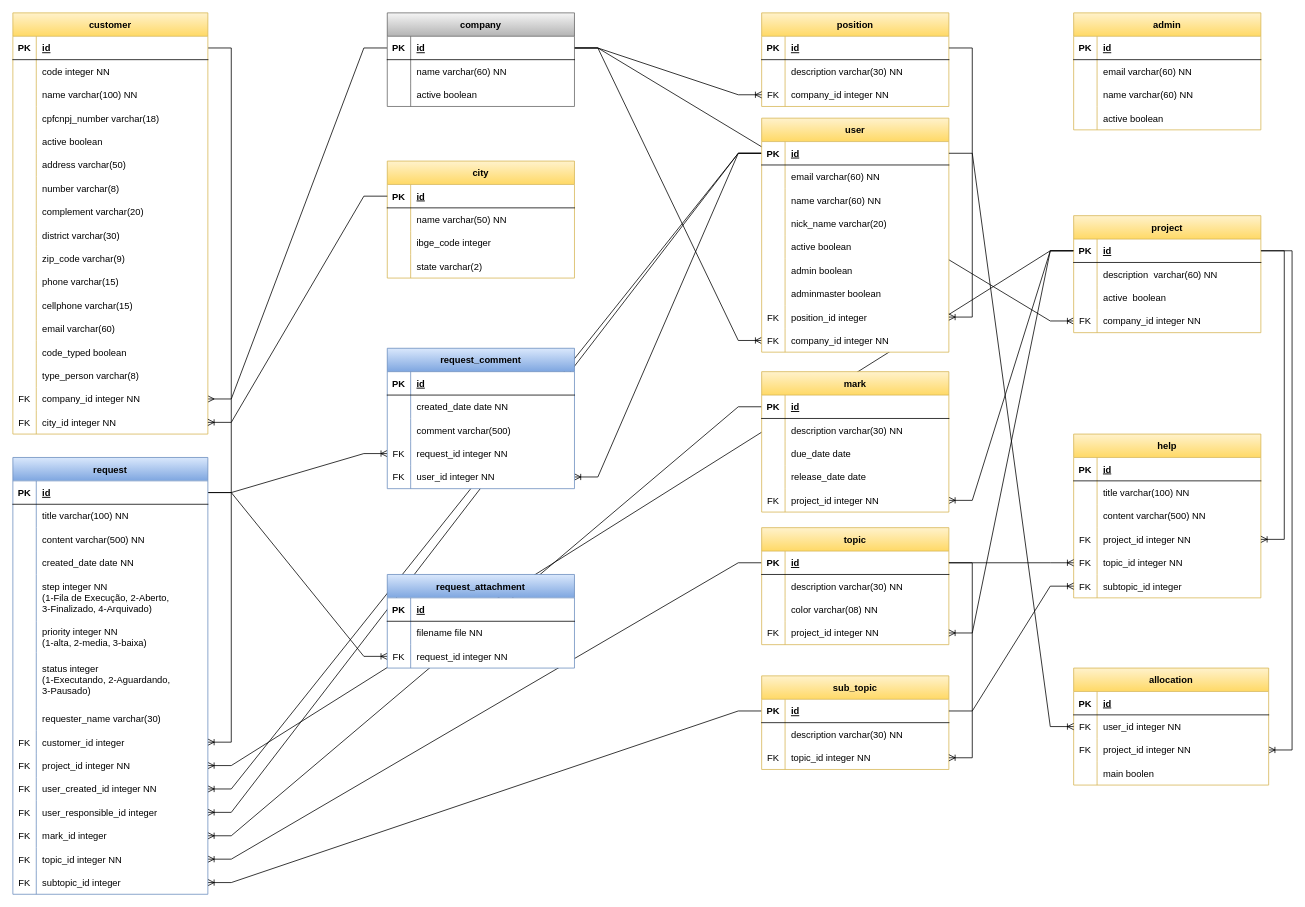
The draw.io diagram lib/docs/Entidades.drawio in edsoncosta-br/sfhelpdesk, before the edit. Source tidied: cells renumbered, new cells numbered last; positions are measured from the earlier drawing's top-left corner, leaving out a move shared by most shapes. Both pictures are drawn from the tidied source at 78%, with x=0, y=0 at pixel (12, 12).
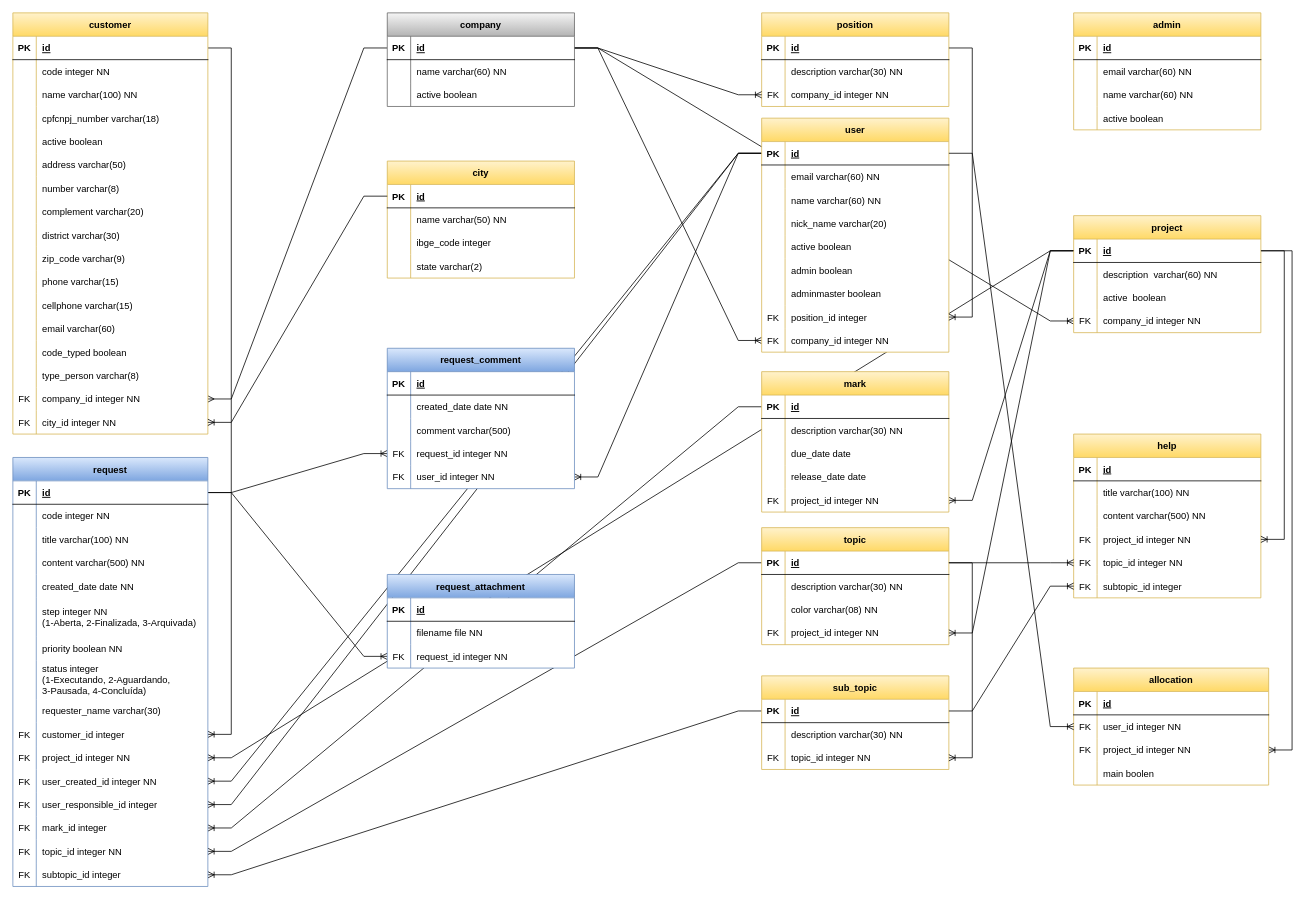
The same diagram, later.

Unchanged cells that the change refers to:
```xml
<mxCell id="143" style="shape=tableRow;horizontal=0;startSize=0;swimlaneHead=0;swimlaneBody=0;fillColor=none;top=0;left=0;right=0;bottom=0;" parent="139" vertex="1">
  <mxGeometry y="60" width="250" height="30" as="geometry" />
</mxCell>
```

The edit, as a diff of the source:
```diff
@@
     <mxCell id="139" value="request" style="shape=table;startSize=30;childLayout=tableLayout;rowLines=0;fontStyle=1;align=center;swimlaneFillColor=#FFFFFF;fillColor=#dae8fc;strokeColor=#6c8ebf;gradientColor=#7ea6e0;" parent="1" vertex="1">
-      <mxGeometry y="570" width="250" height="560" as="geometry" />
+      <mxGeometry y="570" width="250" height="550" as="geometry" />
     </mxCell>
@@
-    <mxCell id="145" value="title varchar(100) NN" style="shape=partialRectangle;fillColor=none;top=0;left=0;bottom=0;right=0;align=left;spacingLeft=6;overflow=hidden;" parent="143" vertex="1">
+    <mxCell id="145" value="code integer NN" style="shape=partialRectangle;fillColor=none;top=0;left=0;bottom=0;right=0;align=left;spacingLeft=6;overflow=hidden;" parent="143" vertex="1">
       <mxGeometry x="30" width="220" height="30" as="geometry" />
     </mxCell>
+    <mxCell id="308" style="shape=tableRow;horizontal=0;startSize=0;swimlaneHead=0;swimlaneBody=0;fillColor=none;top=0;left=0;right=0;bottom=0;" parent="139" vertex="1">
+      <mxGeometry y="90" width="250" height="30" as="geometry" />
+    </mxCell>
+    <mxCell id="309" style="shape=partialRectangle;fillColor=none;top=0;left=0;bottom=0;right=0;overflow=hidden;" parent="308" vertex="1">
+      <mxGeometry width="30" height="30" as="geometry" />
+    </mxCell>
+    <mxCell id="310" value="title varchar(100) NN" style="shape=partialRectangle;fillColor=none;top=0;left=0;bottom=0;right=0;align=left;spacingLeft=6;overflow=hidden;" parent="308" vertex="1">
+      <mxGeometry x="30" width="220" height="30" as="geometry" />
+    </mxCell>
     <mxCell id="146" style="shape=tableRow;horizontal=0;startSize=0;swimlaneHead=0;swimlaneBody=0;fillColor=none;top=0;left=0;right=0;bottom=0;" parent="139" vertex="1">
-      <mxGeometry y="90" width="250" height="30" as="geometry" />
+      <mxGeometry y="120" width="250" height="30" as="geometry" />
     </mxCell>
@@
     <mxCell id="149" style="shape=tableRow;horizontal=0;startSize=0;swimlaneHead=0;swimlaneBody=0;fillColor=none;top=0;left=0;right=0;bottom=0;" parent="139" vertex="1">
-      <mxGeometry y="120" width="250" height="30" as="geometry" />
+      <mxGeometry y="150" width="250" height="30" as="geometry" />
     </mxCell>
@@
     <mxCell id="152" style="shape=tableRow;horizontal=0;startSize=0;swimlaneHead=0;swimlaneBody=0;fillColor=none;top=0;left=0;right=0;bottom=0;" parent="139" vertex="1">
-      <mxGeometry y="150" width="250" height="60" as="geometry" />
+      <mxGeometry y="180" width="250" height="50" as="geometry" />
     </mxCell>
     <mxCell id="153" style="shape=partialRectangle;fillColor=none;top=0;left=0;bottom=0;right=0;overflow=hidden;" parent="152" vertex="1">
-      <mxGeometry width="30" height="60" as="geometry" />
+      <mxGeometry width="30" height="50" as="geometry" />
     </mxCell>
-    <mxCell id="154" value="step integer NN&#10;(1-Fila de Execução, 2-Aberto, &#10;3-Finalizado, 4-Arquivado)" style="shape=partialRectangle;fillColor=none;top=0;left=0;bottom=0;right=0;align=left;spacingLeft=6;overflow=hidden;" parent="152" vertex="1">
-      <mxGeometry x="30" width="220" height="60" as="geometry" />
+    <mxCell id="154" value="step integer NN&#10;(1-Aberta, 2-Finalizada, 3-Arquivada)" style="shape=partialRectangle;fillColor=none;top=0;left=0;bottom=0;right=0;align=left;spacingLeft=6;overflow=hidden;" parent="152" vertex="1">
+      <mxGeometry x="30" width="220" height="50" as="geometry" />
     </mxCell>
     <mxCell id="155" style="shape=tableRow;horizontal=0;startSize=0;swimlaneHead=0;swimlaneBody=0;fillColor=none;top=0;left=0;right=0;bottom=0;" parent="139" vertex="1">
-      <mxGeometry y="210" width="250" height="40" as="geometry" />
+      <mxGeometry y="230" width="250" height="30" as="geometry" />
     </mxCell>
     <mxCell id="156" style="shape=partialRectangle;fillColor=none;top=0;left=0;bottom=0;right=0;overflow=hidden;" parent="155" vertex="1">
-      <mxGeometry width="30" height="40" as="geometry" />
+      <mxGeometry width="30" height="30" as="geometry" />
     </mxCell>
-    <mxCell id="157" value="priority integer NN&#10;(1-alta, 2-media, 3-baixa)" style="shape=partialRectangle;fillColor=none;top=0;left=0;bottom=0;right=0;align=left;spacingLeft=6;overflow=hidden;" parent="155" vertex="1">
-      <mxGeometry x="30" width="220" height="40" as="geometry" />
+    <mxCell id="157" value="priority boolean NN" style="shape=partialRectangle;fillColor=none;top=0;left=0;bottom=0;right=0;align=left;spacingLeft=6;overflow=hidden;" parent="155" vertex="1">
+      <mxGeometry x="30" width="220" height="30" as="geometry" />
     </mxCell>
     <mxCell id="158" style="shape=tableRow;horizontal=0;startSize=0;swimlaneHead=0;swimlaneBody=0;fillColor=none;top=0;left=0;right=0;bottom=0;" parent="139" vertex="1">
-      <mxGeometry y="250" width="250" height="70" as="geometry" />
+      <mxGeometry y="260" width="250" height="50" as="geometry" />
     </mxCell>
     <mxCell id="159" style="shape=partialRectangle;fillColor=none;top=0;left=0;bottom=0;right=0;overflow=hidden;" parent="158" vertex="1">
-      <mxGeometry width="30" height="70" as="geometry" />
+      <mxGeometry width="30" height="50" as="geometry" />
     </mxCell>
-    <mxCell id="160" value="status integer&#10;(1-Executando, 2-Aguardando, &#10;3-Pausado)" style="shape=partialRectangle;fillColor=none;top=0;left=0;bottom=0;right=0;align=left;spacingLeft=6;overflow=hidden;" parent="158" vertex="1">
-      <mxGeometry x="30" width="220" height="70" as="geometry" />
+    <mxCell id="160" value="status integer&#10;(1-Executando, 2-Aguardando, &#10;3-Pausada, 4-Concluída)" style="shape=partialRectangle;fillColor=none;top=0;left=0;bottom=0;right=0;align=left;spacingLeft=6;overflow=hidden;" parent="158" vertex="1">
+      <mxGeometry x="30" width="220" height="50" as="geometry" />
     </mxCell>
-    <mxCell id="161" style="shape=tableRow;horizontal=0;startSize=0;swimlaneHead=0;swimlaneBody=0;fillColor=none;top=0;left=0;right=0;bottom=0;" parent="139" vertex="1">
-      <mxGeometry y="320" width="250" height="30" as="geometry" />
-    </mxCell>
-    <mxCell id="162" style="shape=partialRectangle;fillColor=none;top=0;left=0;bottom=0;right=0;overflow=hidden;" parent="161" vertex="1">
-      <mxGeometry width="30" height="30" as="geometry" />
-    </mxCell>
+    <mxCell id="311" style="shape=tableRow;horizontal=0;startSize=0;swimlaneHead=0;swimlaneBody=0;fillColor=none;top=0;left=0;right=0;bottom=0;" parent="139" vertex="1">
+      <mxGeometry y="310" width="250" height="30" as="geometry" />
+    </mxCell>
+    <mxCell id="312" style="shape=partialRectangle;fillColor=none;top=0;left=0;bottom=0;right=0;overflow=hidden;" parent="311" vertex="1">
+      <mxGeometry width="30" height="30" as="geometry" />
+    </mxCell>
-    <mxCell id="163" value="requester_name varchar(30)" style="shape=partialRectangle;fillColor=none;top=0;left=0;bottom=0;right=0;align=left;spacingLeft=6;overflow=hidden;" parent="161" vertex="1">
+    <mxCell id="163" value="requester_name varchar(30)" style="shape=partialRectangle;fillColor=none;top=0;left=0;bottom=0;right=0;align=left;spacingLeft=6;overflow=hidden;" parent="311" vertex="1">
       <mxGeometry x="30" width="220" height="30" as="geometry" />
     </mxCell>
     <mxCell id="164" style="shape=tableRow;horizontal=0;startSize=0;swimlaneHead=0;swimlaneBody=0;fillColor=none;points=[[0,0.5],[1,0.5]];portConstraint=eastwest;top=0;left=0;right=0;bottom=0;" parent="139" vertex="1">
-      <mxGeometry y="350" width="250" height="30" as="geometry" />
+      <mxGeometry y="340" width="250" height="30" as="geometry" />
     </mxCell>
@@
     <mxCell id="167" style="shape=tableRow;horizontal=0;startSize=0;swimlaneHead=0;swimlaneBody=0;fillColor=none;points=[[0,0.5],[1,0.5]];portConstraint=eastwest;top=0;left=0;right=0;bottom=0;" parent="139" vertex="1">
-      <mxGeometry y="380" width="250" height="30" as="geometry" />
+      <mxGeometry y="370" width="250" height="30" as="geometry" />
     </mxCell>
@@
     <mxCell id="170" style="shape=tableRow;horizontal=0;startSize=0;swimlaneHead=0;swimlaneBody=0;fillColor=none;points=[[0,0.5],[1,0.5]];portConstraint=eastwest;top=0;left=0;right=0;bottom=0;" parent="139" vertex="1">
-      <mxGeometry y="410" width="250" height="30" as="geometry" />
+      <mxGeometry y="400" width="250" height="30" as="geometry" />
     </mxCell>
@@
     <mxCell id="173" style="shape=tableRow;horizontal=0;startSize=0;swimlaneHead=0;swimlaneBody=0;fillColor=none;points=[[0,0.5],[1,0.5]];portConstraint=eastwest;top=0;left=0;right=0;bottom=0;" parent="139" vertex="1">
-      <mxGeometry y="440" width="250" height="30" as="geometry" />
+      <mxGeometry y="430" width="250" height="30" as="geometry" />
     </mxCell>
@@
     <mxCell id="176" style="shape=tableRow;horizontal=0;startSize=0;swimlaneHead=0;swimlaneBody=0;fillColor=none;points=[[0,0.5],[1,0.5]];portConstraint=eastwest;top=0;left=0;right=0;bottom=0;" parent="139" vertex="1">
-      <mxGeometry y="470" width="250" height="30" as="geometry" />
+      <mxGeometry y="460" width="250" height="30" as="geometry" />
     </mxCell>
@@
     <mxCell id="179" style="shape=tableRow;horizontal=0;startSize=0;swimlaneHead=0;swimlaneBody=0;fillColor=none;points=[[0,0.5],[1,0.5]];portConstraint=eastwest;top=0;left=0;right=0;bottom=0;" parent="139" vertex="1">
-      <mxGeometry y="500" width="250" height="30" as="geometry" />
+      <mxGeometry y="490" width="250" height="30" as="geometry" />
     </mxCell>
@@
     <mxCell id="182" style="shape=tableRow;horizontal=0;startSize=0;swimlaneHead=0;swimlaneBody=0;fillColor=none;points=[[0,0.5],[1,0.5]];portConstraint=eastwest;top=0;left=0;right=0;bottom=0;" parent="139" vertex="1">
-      <mxGeometry y="530" width="250" height="30" as="geometry" />
+      <mxGeometry y="520" width="250" height="30" as="geometry" />
     </mxCell>
```
